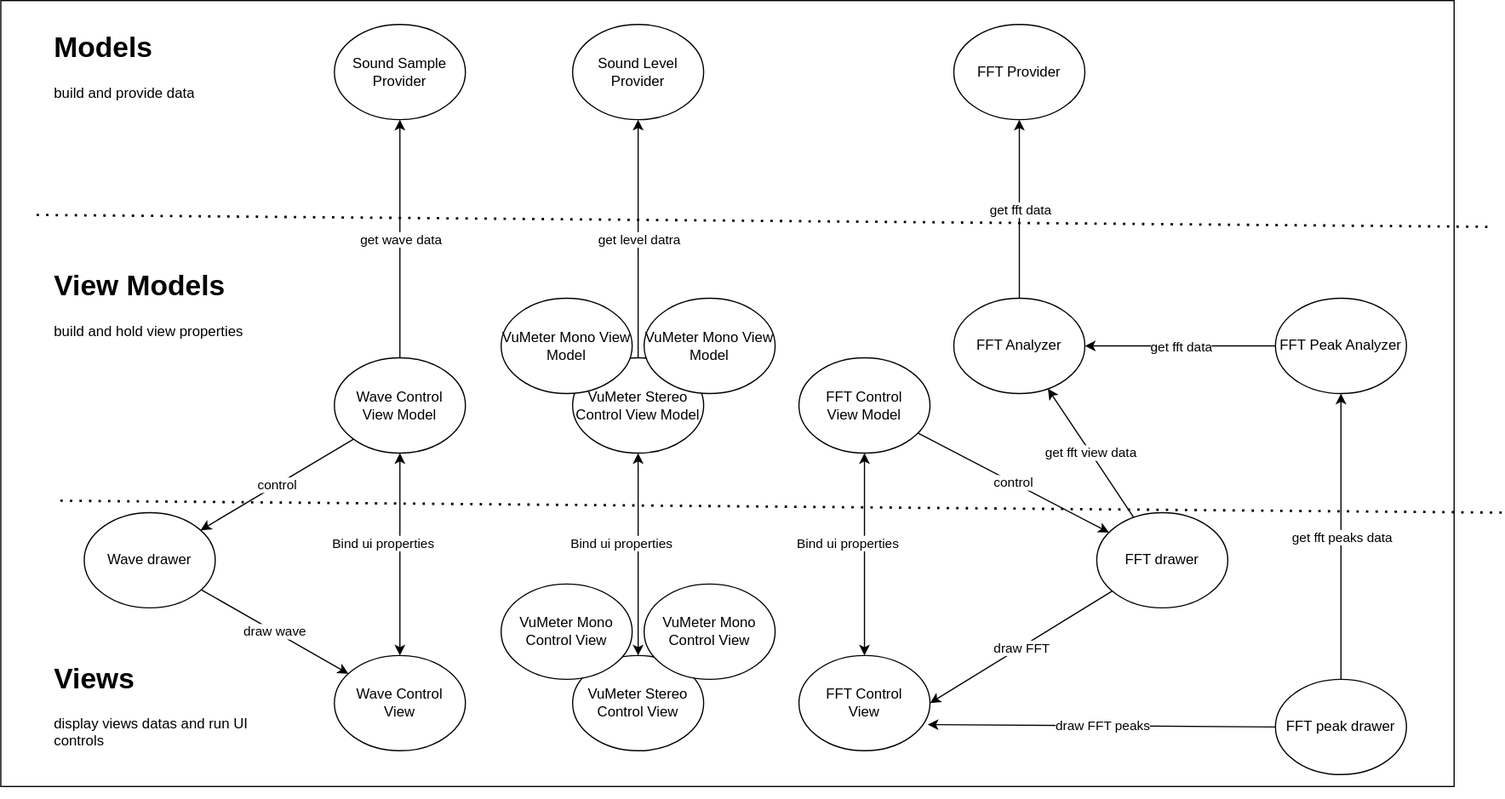
franck-gaspoz/WindowsAudioSessionSample keeps this draw.io diagram as Doc/Untitled Diagram.drawio.svg. Above is the earlier version. Source tidied: cells renumbered, new cells last; positions are measured from the earlier drawing's top-left corner, leaving out a move shared by most shapes. Its diagram source:
```xml
<mxGraphModel>
  <root>
    <mxCell id="0" />
    <mxCell id="1" parent="0" />
    <mxCell id="2" style="rounded=0;whiteSpace=wrap;html=1;" parent="1" vertex="1">
      <mxGeometry width="1220" height="660" as="geometry" />
    </mxCell>
    <mxCell id="3" value="FFT Provider&lt;br&gt;" style="ellipse;whiteSpace=wrap;html=1;" parent="1" vertex="1">
      <mxGeometry x="800" y="20" width="110" height="80" as="geometry" />
    </mxCell>
    <mxCell id="4" value="FFT drawer" style="ellipse;whiteSpace=wrap;html=1;" parent="1" vertex="1">
      <mxGeometry x="920" y="430" width="110" height="80" as="geometry" />
    </mxCell>
    <mxCell id="5" value="FFT Control &lt;br&gt;View Model" style="ellipse;whiteSpace=wrap;html=1;" parent="1" vertex="1">
      <mxGeometry x="670" y="300" width="110" height="80" as="geometry" />
    </mxCell>
    <mxCell id="6" style="endArrow=classic;html=1;rounded=0;" parent="1" edge="1" source="4" target="15">
      <mxGeometry relative="1" as="geometry" />
    </mxCell>
    <mxCell id="7" value="get fft view data" style="edgeLabel;html=1;align=center;verticalAlign=middle;" parent="6" vertex="1">
      <mxGeometry relative="1" as="geometry" />
    </mxCell>
    <mxCell id="8" value="FFT Control &lt;br&gt;View" style="ellipse;whiteSpace=wrap;html=1;" parent="1" vertex="1">
      <mxGeometry x="670" y="550" width="110" height="80" as="geometry" />
    </mxCell>
    <mxCell id="9" style="endArrow=classic;html=1;rounded=0;entryX=1;entryY=0.5;entryDx=0;entryDy=0;" parent="1" edge="1" source="4" target="8">
      <mxGeometry relative="1" as="geometry" />
    </mxCell>
    <mxCell id="10" value="draw FFT" style="edgeLabel;html=1;align=center;verticalAlign=middle;" parent="9" vertex="1">
      <mxGeometry relative="1" as="geometry" />
    </mxCell>
    <mxCell id="11" style="endArrow=classic;html=1;rounded=0;startArrow=classic;startFill=1;" parent="1" edge="1" source="8" target="5">
      <mxGeometry relative="1" as="geometry" />
    </mxCell>
    <mxCell id="12" value="Bind ui properties&lt;br&gt;" style="edgeLabel;html=1;align=center;verticalAlign=middle;" parent="11" vertex="1">
      <mxGeometry relative="1" as="geometry">
        <mxPoint x="-15" y="-10" as="offset" />
      </mxGeometry>
    </mxCell>
    <mxCell id="13" style="endArrow=classic;html=1;rounded=0;" parent="1" edge="1" source="5" target="4">
      <mxGeometry relative="1" as="geometry" />
    </mxCell>
    <mxCell id="14" value="control" style="edgeLabel;html=1;align=center;verticalAlign=middle;" parent="13" vertex="1">
      <mxGeometry relative="1" as="geometry" />
    </mxCell>
    <mxCell id="15" value="FFT Analyzer" style="ellipse;whiteSpace=wrap;html=1;" parent="1" vertex="1">
      <mxGeometry x="800" y="250" width="110" height="80" as="geometry" />
    </mxCell>
    <mxCell id="16" style="endArrow=classic;html=1;rounded=0;" parent="1" edge="1" source="15" target="3">
      <mxGeometry relative="1" as="geometry" />
    </mxCell>
    <mxCell id="17" value="get fft data" style="edgeLabel;html=1;align=center;verticalAlign=middle;" parent="16" vertex="1">
      <mxGeometry relative="1" as="geometry" />
    </mxCell>
    <mxCell id="18" style="endArrow=classic;html=1;rounded=0;" parent="1" edge="1" source="49" target="15">
      <mxGeometry relative="1" as="geometry" />
    </mxCell>
    <mxCell id="19" value="get fft data" style="edgeLabel;html=1;align=center;verticalAlign=middle;" parent="18" vertex="1">
      <mxGeometry relative="1" as="geometry" />
    </mxCell>
    <mxCell id="20" value="FFT peak drawer" style="ellipse;whiteSpace=wrap;html=1;" parent="1" vertex="1">
      <mxGeometry x="1070" y="570" width="110" height="80" as="geometry" />
    </mxCell>
    <mxCell id="21" style="endArrow=classic;html=1;rounded=0;entryX=0.982;entryY=0.725;entryDx=0;entryDy=0;entryPerimeter=0;exitX=0;exitY=0.5;exitDx=0;exitDy=0;" parent="1" edge="1" source="20" target="8">
      <mxGeometry relative="1" as="geometry" />
    </mxCell>
    <mxCell id="22" value="draw FFT peaks" style="edgeLabel;html=1;align=center;verticalAlign=middle;" parent="21" vertex="1">
      <mxGeometry relative="1" as="geometry" />
    </mxCell>
    <mxCell id="23" style="endArrow=classic;html=1;rounded=0;entryX=0.5;entryY=1;entryDx=0;entryDy=0;" parent="1" edge="1" source="20" target="49">
      <mxGeometry relative="1" as="geometry" />
    </mxCell>
    <mxCell id="24" value="get fft peaks data" style="edgeLabel;html=1;align=center;verticalAlign=middle;" parent="23" vertex="1">
      <mxGeometry relative="1" as="geometry" />
    </mxCell>
    <mxCell id="25" value="Sound Sample Provider" style="ellipse;whiteSpace=wrap;html=1;" parent="1" vertex="1">
      <mxGeometry x="280" y="20" width="110" height="80" as="geometry" />
    </mxCell>
    <mxCell id="26" value="Wave Control &lt;br&gt;View Model" style="ellipse;whiteSpace=wrap;html=1;" parent="1" vertex="1">
      <mxGeometry x="280" y="300" width="110" height="80" as="geometry" />
    </mxCell>
    <mxCell id="27" value="Wave Control &lt;br&gt;View" style="ellipse;whiteSpace=wrap;html=1;" parent="1" vertex="1">
      <mxGeometry x="280" y="550" width="110" height="80" as="geometry" />
    </mxCell>
    <mxCell id="28" value="Wave drawer" style="ellipse;whiteSpace=wrap;html=1;" parent="1" vertex="1">
      <mxGeometry x="70" y="430" width="110" height="80" as="geometry" />
    </mxCell>
    <mxCell id="29" style="endArrow=classic;html=1;rounded=0;" parent="1" edge="1" source="28" target="27">
      <mxGeometry relative="1" as="geometry" />
    </mxCell>
    <mxCell id="30" value="draw wave" style="edgeLabel;html=1;align=center;verticalAlign=middle;" parent="29" vertex="1">
      <mxGeometry relative="1" as="geometry" />
    </mxCell>
    <mxCell id="31" style="endArrow=classic;html=1;rounded=0;exitX=0.5;exitY=0;exitDx=0;exitDy=0;" parent="1" edge="1" source="26" target="25">
      <mxGeometry relative="1" as="geometry" />
    </mxCell>
    <mxCell id="32" value="get wave data" style="edgeLabel;html=1;align=center;verticalAlign=middle;" parent="31" vertex="1">
      <mxGeometry relative="1" as="geometry" />
    </mxCell>
    <mxCell id="33" style="endArrow=classic;html=1;rounded=0;exitX=0;exitY=1;exitDx=0;exitDy=0;" parent="1" edge="1" source="26" target="28">
      <mxGeometry relative="1" as="geometry" />
    </mxCell>
    <mxCell id="34" value="control" style="edgeLabel;html=1;align=center;verticalAlign=middle;" parent="33" vertex="1">
      <mxGeometry relative="1" as="geometry" />
    </mxCell>
    <mxCell id="35" style="endArrow=classic;html=1;rounded=0;startArrow=classic;startFill=1;" parent="1" edge="1" source="27" target="26">
      <mxGeometry relative="1" as="geometry" />
    </mxCell>
    <mxCell id="36" value="Bind ui properties&lt;br&gt;" style="edgeLabel;html=1;align=center;verticalAlign=middle;" parent="35" vertex="1">
      <mxGeometry relative="1" as="geometry">
        <mxPoint x="-15" y="-10" as="offset" />
      </mxGeometry>
    </mxCell>
    <mxCell id="37" value="Sound Level Provider" style="ellipse;whiteSpace=wrap;html=1;" parent="1" vertex="1">
      <mxGeometry x="480" y="20" width="110" height="80" as="geometry" />
    </mxCell>
    <mxCell id="38" value="VuMeter Stereo Control View Model" style="ellipse;whiteSpace=wrap;html=1;" parent="1" vertex="1">
      <mxGeometry x="480" y="300" width="110" height="80" as="geometry" />
    </mxCell>
    <mxCell id="39" style="endArrow=classic;html=1;rounded=0;" parent="1" edge="1" source="38">
      <mxGeometry relative="1" as="geometry">
        <mxPoint x="535" y="100" as="targetPoint" />
      </mxGeometry>
    </mxCell>
    <mxCell id="40" value="get level datra" style="edgeLabel;html=1;align=center;verticalAlign=middle;" parent="39" vertex="1">
      <mxGeometry relative="1" as="geometry" />
    </mxCell>
    <mxCell id="41" value="VuMeter Stereo Control View" style="ellipse;whiteSpace=wrap;html=1;" parent="1" vertex="1">
      <mxGeometry x="480" y="550" width="110" height="80" as="geometry" />
    </mxCell>
    <mxCell id="42" style="endArrow=classic;html=1;rounded=0;startArrow=classic;startFill=1;" parent="1" edge="1" source="41" target="38">
      <mxGeometry relative="1" as="geometry" />
    </mxCell>
    <mxCell id="43" value="Bind ui properties&lt;br&gt;" style="edgeLabel;html=1;align=center;verticalAlign=middle;" parent="42" vertex="1">
      <mxGeometry relative="1" as="geometry">
        <mxPoint x="-15" y="-10" as="offset" />
      </mxGeometry>
    </mxCell>
    <mxCell id="44" value="VuMeter Mono Control View" style="ellipse;whiteSpace=wrap;html=1;" parent="1" vertex="1">
      <mxGeometry x="420" y="490" width="110" height="80" as="geometry" />
    </mxCell>
    <mxCell id="45" value="VuMeter Mono Control View" style="ellipse;whiteSpace=wrap;html=1;" parent="1" vertex="1">
      <mxGeometry x="540" y="490" width="110" height="80" as="geometry" />
    </mxCell>
    <mxCell id="46" value="VuMeter Mono View Model" style="ellipse;whiteSpace=wrap;html=1;" parent="1" vertex="1">
      <mxGeometry x="420" y="250" width="110" height="80" as="geometry" />
    </mxCell>
    <mxCell id="47" value="VuMeter Mono View Model" style="ellipse;whiteSpace=wrap;html=1;" parent="1" vertex="1">
      <mxGeometry x="540" y="250" width="110" height="80" as="geometry" />
    </mxCell>
    <mxCell id="48" style="endArrow=none;dashed=1;html=1;dashPattern=1 3;strokeWidth=2;rounded=0;" parent="1" edge="1">
      <mxGeometry relative="1" as="geometry">
        <mxPoint x="50" y="420" as="sourcePoint" />
        <mxPoint x="1260" y="430" as="targetPoint" />
      </mxGeometry>
    </mxCell>
    <mxCell id="49" value="FFT Peak Analyzer" style="ellipse;whiteSpace=wrap;html=1;" parent="1" vertex="1">
      <mxGeometry x="1070" y="250" width="110" height="80" as="geometry" />
    </mxCell>
    <mxCell id="50" style="endArrow=none;dashed=1;html=1;dashPattern=1 3;strokeWidth=2;rounded=0;" parent="1" edge="1">
      <mxGeometry relative="1" as="geometry">
        <mxPoint x="30" y="180" as="sourcePoint" />
        <mxPoint x="1250" y="190" as="targetPoint" />
      </mxGeometry>
    </mxCell>
    <mxCell id="51" value="&lt;h1&gt;View Models&lt;br&gt;&lt;/h1&gt;&lt;p&gt;build and hold view properties&lt;br&gt;&lt;/p&gt;" style="text;html=1;strokeColor=none;fillColor=none;spacing=5;spacingTop=-20;whiteSpace=wrap;overflow=hidden;rounded=0;" parent="1" vertex="1">
      <mxGeometry x="40" y="220" width="190" height="120" as="geometry" />
    </mxCell>
    <mxCell id="52" value="&lt;h1&gt;Models&lt;br&gt;&lt;/h1&gt;&lt;p&gt;build and provide data&lt;br&gt;&lt;/p&gt;" style="text;html=1;strokeColor=none;fillColor=none;spacing=5;spacingTop=-20;whiteSpace=wrap;overflow=hidden;rounded=0;" parent="1" vertex="1">
      <mxGeometry x="40" y="20" width="190" height="120" as="geometry" />
    </mxCell>
    <mxCell id="53" value="&lt;h1&gt;Views&lt;br&gt;&lt;/h1&gt;&lt;p&gt;display views datas and run UI controls&lt;/p&gt;" style="text;html=1;strokeColor=none;fillColor=none;spacing=5;spacingTop=-20;whiteSpace=wrap;overflow=hidden;rounded=0;" parent="1" vertex="1">
      <mxGeometry x="40" y="550" width="190" height="120" as="geometry" />
    </mxCell>
  </root>
</mxGraphModel>
```
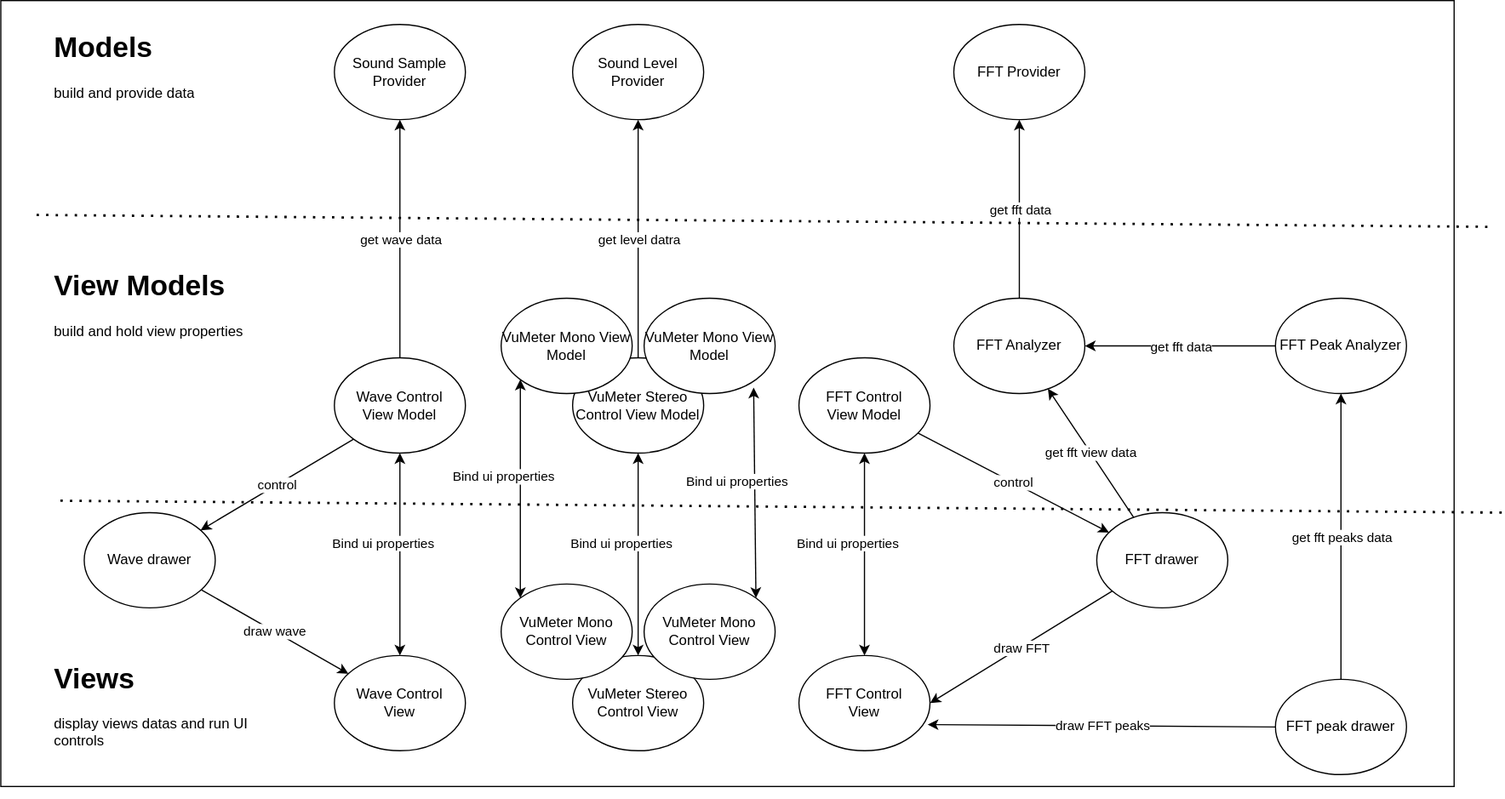
The same diagram one commit later.

Change to the diagram source:
```diff
@@ -172,5 +172,21 @@
     <mxCell id="53" value="&lt;h1&gt;Views&lt;br&gt;&lt;/h1&gt;&lt;p&gt;display views datas and run UI controls&lt;/p&gt;" style="text;html=1;strokeColor=none;fillColor=none;spacing=5;spacingTop=-20;whiteSpace=wrap;overflow=hidden;rounded=0;" parent="1" vertex="1">
       <mxGeometry x="40" y="550" width="190" height="120" as="geometry" />
     </mxCell>
+    <mxCell id="54" style="endArrow=classic;html=1;rounded=0;startArrow=classic;startFill=1;entryX=0;entryY=1;entryDx=0;entryDy=0;exitX=0;exitY=0;exitDx=0;exitDy=0;" parent="1" edge="1" source="44" target="46">
+      <mxGeometry relative="1" as="geometry" />
+    </mxCell>
+    <mxCell id="55" value="Bind ui properties&lt;br&gt;" style="edgeLabel;html=1;align=center;verticalAlign=middle;" parent="54" vertex="1">
+      <mxGeometry relative="1" as="geometry">
+        <mxPoint x="-15" y="-10" as="offset" />
+      </mxGeometry>
+    </mxCell>
+    <mxCell id="56" style="endArrow=classic;html=1;rounded=0;startArrow=classic;startFill=1;entryX=0.836;entryY=0.938;entryDx=0;entryDy=0;exitX=1;exitY=0;exitDx=0;exitDy=0;entryPerimeter=0;" parent="1" edge="1" source="45" target="47">
+      <mxGeometry relative="1" as="geometry" />
+    </mxCell>
+    <mxCell id="57" value="Bind ui properties&lt;br&gt;" style="edgeLabel;html=1;align=center;verticalAlign=middle;" parent="56" vertex="1">
+      <mxGeometry relative="1" as="geometry">
+        <mxPoint x="-15" y="-10" as="offset" />
+      </mxGeometry>
+    </mxCell>
   </root>
 </mxGraphModel>
```
